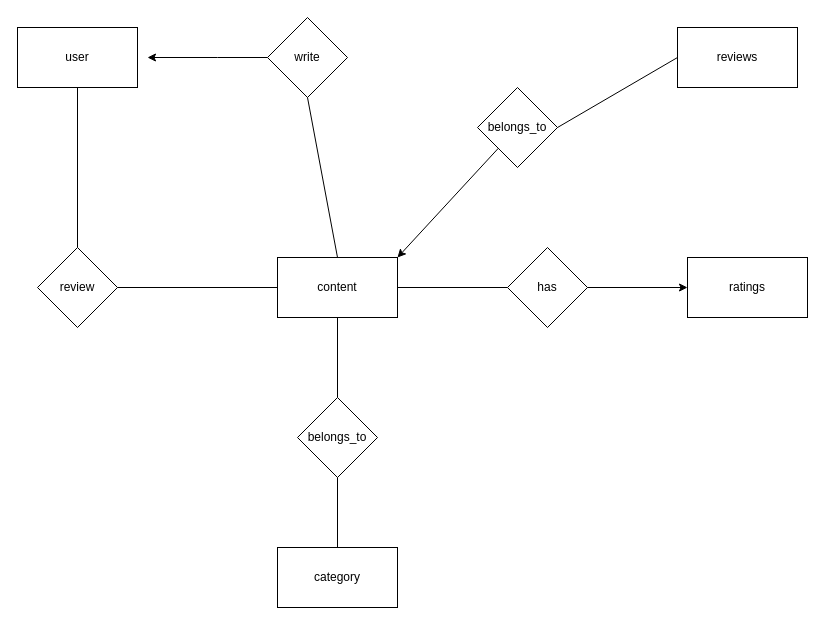
This is Untitled Diagram.drawio from aTyro1/daa, a draw.io file, before an edit. Source tidied: cells renumbered, new cells numbered last; positions are measured from the earlier drawing's top-left corner, leaving out a move shared by most shapes. Both pictures are drawn from the tidied source at 100%, with x=0, y=0 at pixel (17, 17).
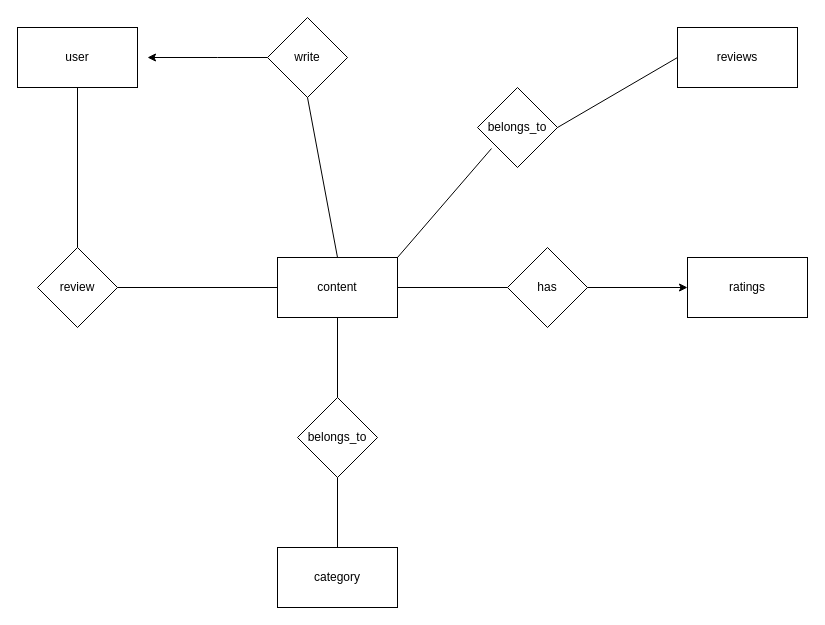
The same diagram, later.

The change refers to these unchanged cells:
```xml
<mxCell id="19" value="belongs_to" style="rhombus;whiteSpace=wrap;html=1;" parent="1" vertex="1">
  <mxGeometry x="460" y="70" width="80" height="80" as="geometry" />
</mxCell>
```

The edit, as a diff of the source:
```diff
@@
-    <mxCell id="21" style="endArrow=classic;html=1;rounded=0;" parent="1" edge="1" source="19">
-      <mxGeometry relative="1" as="geometry">
-        <mxPoint x="380" y="240" as="targetPoint" />
-      </mxGeometry>
-    </mxCell>
+    <mxCell id="22" style="endArrow=none;html=1;rounded=0;entryX=0.175;entryY=0.763;entryDx=0;entryDy=0;entryPerimeter=0;" parent="1" edge="1" target="19">
+      <mxGeometry relative="1" as="geometry">
+        <mxPoint x="380" y="240" as="sourcePoint" />
+      </mxGeometry>
+    </mxCell>
```
